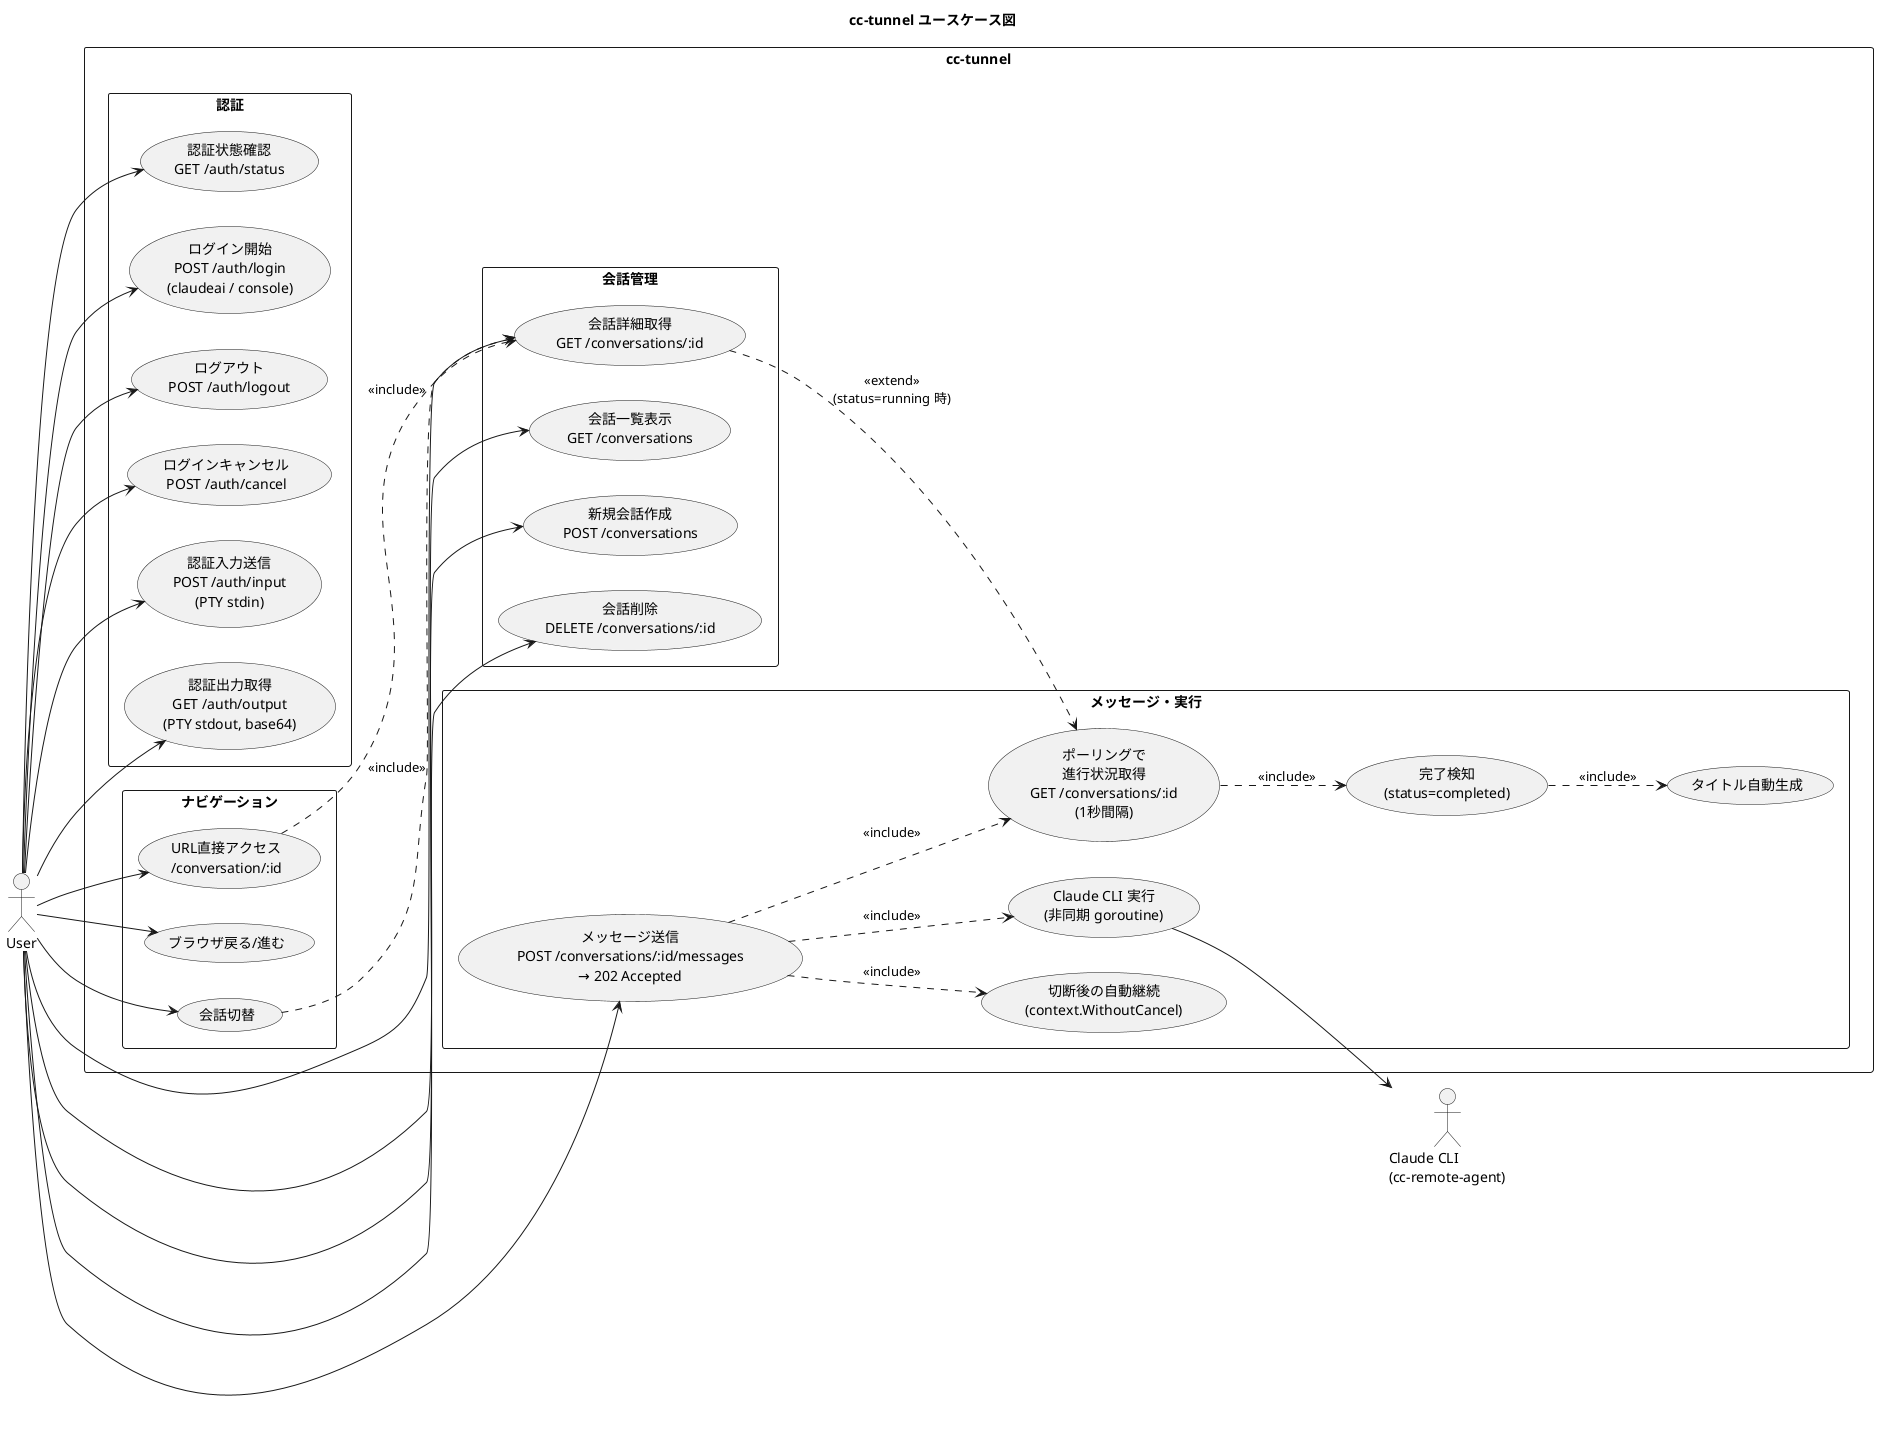
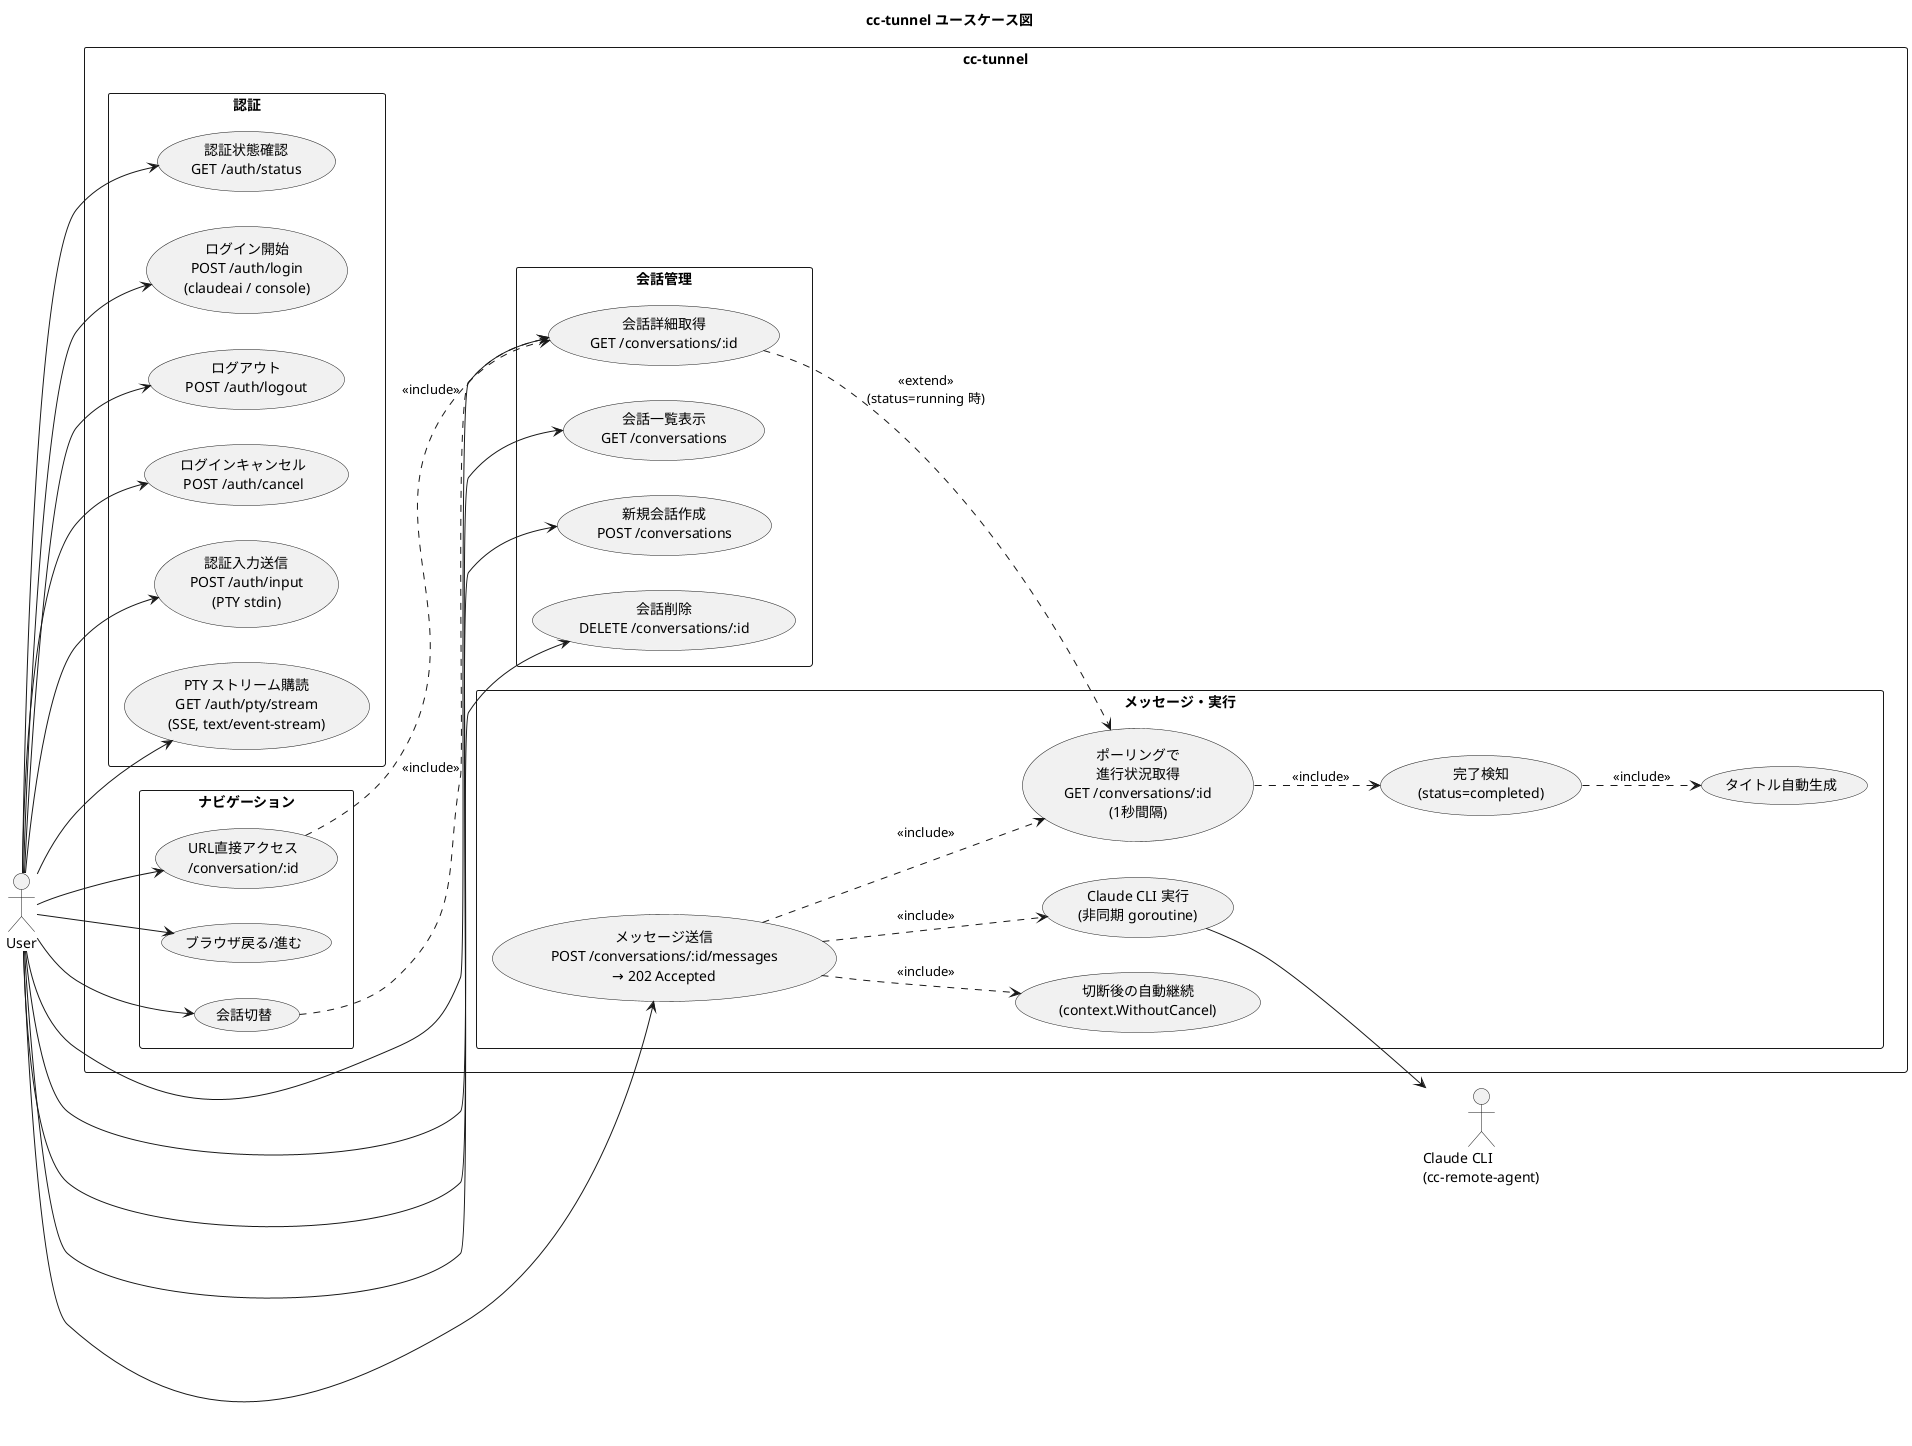
@startuml usecase
title cc-tunnel ユースケース図

left to right direction

actor "User" as user
actor "Claude CLI\n(cc-remote-agent)" as claude

rectangle "cc-tunnel" {

  ' ---- 認証 ----
  rectangle "認証" {
    usecase "認証状態確認\nGET /auth/status" as UC_AuthStatus
    usecase "ログイン開始\nPOST /auth/login\n(claudeai / console)" as UC_Login
    usecase "ログアウト\nPOST /auth/logout" as UC_Logout
    usecase "ログインキャンセル\nPOST /auth/cancel" as UC_CancelLogin
    usecase "認証入力送信\nPOST /auth/input\n(PTY stdin)" as UC_AuthInput
-     usecase "認証出力取得\nGET /auth/output\n(PTY stdout, base64)" as UC_AuthOutput
+     usecase "PTY ストリーム購読\nGET /auth/pty/stream\n(SSE, text/event-stream)" as UC_AuthOutput
  }

  ' ---- 会話管理 ----
  rectangle "会話管理" {
    usecase "会話一覧表示\nGET /conversations" as UC_ListConv
    usecase "新規会話作成\nPOST /conversations" as UC_CreateConv
    usecase "会話詳細取得\nGET /conversations/:id" as UC_GetConv
    usecase "会話削除\nDELETE /conversations/:id" as UC_DeleteConv
  }

  ' ---- メッセージ・実行 ----
  rectangle "メッセージ・実行" {
    usecase "メッセージ送信\nPOST /conversations/:id/messages\n→ 202 Accepted" as UC_SendMsg
    usecase "Claude CLI 実行\n(非同期 goroutine)" as UC_ExecClaude
    usecase "ポーリングで\n進行状況取得\nGET /conversations/:id\n(1秒間隔)" as UC_Polling
    usecase "完了検知\n(status=completed)" as UC_Complete
    usecase "タイトル自動生成" as UC_Title
    usecase "切断後の自動継続\n(context.WithoutCancel)" as UC_Disconnect
  }

  ' ---- ナビゲーション ----
  rectangle "ナビゲーション" {
    usecase "URL直接アクセス\n/conversation/:id" as UC_DirectURL
    usecase "ブラウザ戻る/進む" as UC_BrowserNav
    usecase "会話切替" as UC_SwitchConv
  }

}

' --- User associations ---
user --> UC_AuthStatus
user --> UC_Login
user --> UC_Logout
user --> UC_CancelLogin
user --> UC_AuthInput
user --> UC_AuthOutput

user --> UC_ListConv
user --> UC_CreateConv
user --> UC_GetConv
user --> UC_DeleteConv

user --> UC_SendMsg
user --> UC_DirectURL
user --> UC_BrowserNav
user --> UC_SwitchConv

' --- Use case relationships ---
UC_SendMsg ..> UC_ExecClaude : <<include>>
UC_SendMsg ..> UC_Disconnect : <<include>>
UC_SendMsg ..> UC_Polling : <<include>>
UC_GetConv ..> UC_Polling : <<extend>>\n(status=running 時)
UC_Polling ..> UC_Complete : <<include>>
UC_Complete ..> UC_Title : <<include>>
UC_SwitchConv ..> UC_GetConv : <<include>>
UC_DirectURL ..> UC_GetConv : <<include>>

' --- Claude CLI associations ---
UC_ExecClaude --> claude

@enduml
